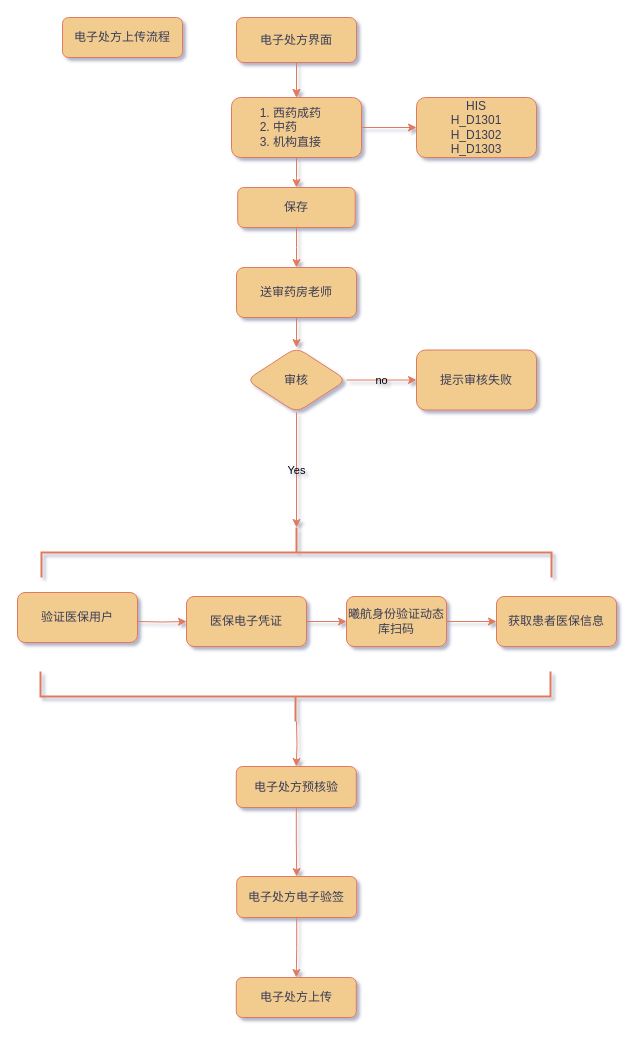
This is 未命名绘图.drawio from XLZF/Blog_Commit, a draw.io file, before an edit. Source tidied: cells renumbered, new cells numbered last; positions are measured from the earlier drawing's top-left corner, leaving out a move shared by most shapes. Both pictures are drawn from the tidied source at 100%, with x=0, y=0 at pixel (17, 17).
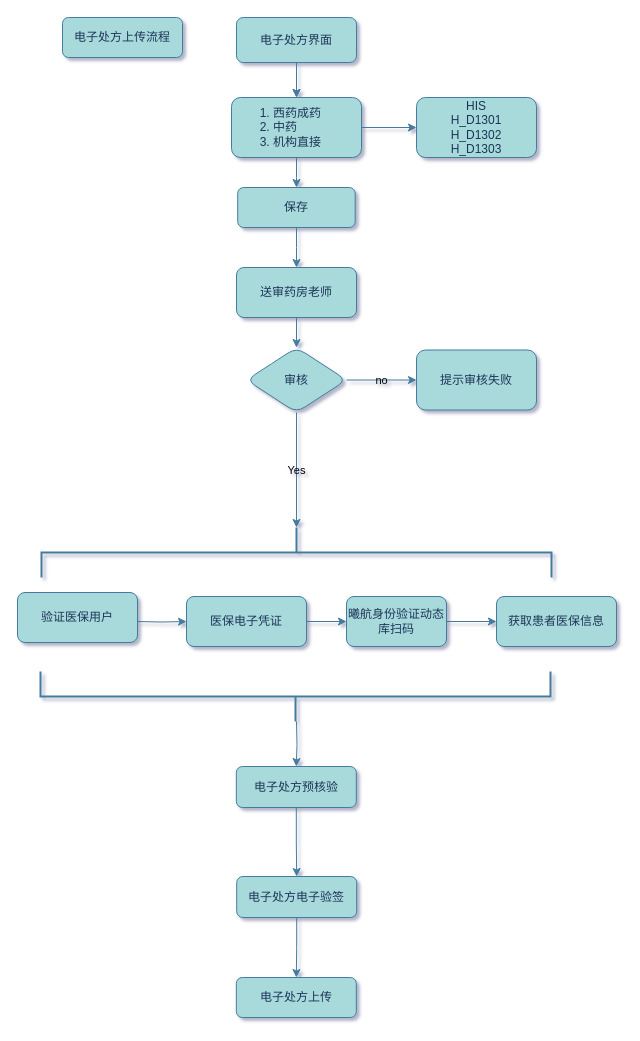
The same page after the edit.

Commit message:
上传电子处方

Change to the diagram source:
```diff
@@
-    <mxCell id="2" value="电子处方上传流程" style="rounded=1;whiteSpace=wrap;html=1;fontSize=12;glass=0;strokeWidth=1;shadow=0;labelBackgroundColor=none;fillColor=#F2CC8F;strokeColor=#E07A5F;fontColor=#393C56;" parent="1" vertex="1">
+    <mxCell id="2" value="电子处方上传流程" style="rounded=1;whiteSpace=wrap;html=1;fontSize=12;glass=0;strokeWidth=1;shadow=0;labelBackgroundColor=none;fillColor=#A8DADC;strokeColor=#457B9D;fontColor=#1D3557;" parent="1" vertex="1">
       <mxGeometry x="45" width="120" height="40" as="geometry" />
     </mxCell>
-    <mxCell id="3" style="edgeStyle=orthogonalEdgeStyle;rounded=0;jettySize=auto;html=1;labelBackgroundColor=none;strokeColor=#E07A5F;fontColor=default;" parent="1" edge="1" target="28">
+    <mxCell id="3" style="edgeStyle=orthogonalEdgeStyle;rounded=0;jettySize=auto;html=1;labelBackgroundColor=none;strokeColor=#457B9D;fontColor=default;" parent="1" edge="1" target="28">
       <mxGeometry relative="1" as="geometry">
         <mxPoint x="119" y="604" as="sourcePoint" />
       </mxGeometry>
     </mxCell>
-    <mxCell id="4" value="验证医保用户" style="rounded=1;whiteSpace=wrap;html=1;labelBackgroundColor=none;fillColor=#F2CC8F;strokeColor=#E07A5F;fontColor=#393C56;" parent="1" vertex="1">
+    <mxCell id="4" value="验证医保用户" style="rounded=1;whiteSpace=wrap;html=1;labelBackgroundColor=none;fillColor=#A8DADC;strokeColor=#457B9D;fontColor=#1D3557;" parent="1" vertex="1">
       <mxGeometry y="575" width="120" height="50" as="geometry" />
     </mxCell>
-    <mxCell id="5" style="edgeStyle=orthogonalEdgeStyle;rounded=0;jettySize=auto;html=1;labelBackgroundColor=none;strokeColor=#E07A5F;fontColor=default;" parent="1" edge="1" source="28" target="7">
+    <mxCell id="5" style="edgeStyle=orthogonalEdgeStyle;rounded=0;jettySize=auto;html=1;labelBackgroundColor=none;strokeColor=#457B9D;fontColor=default;" parent="1" edge="1" source="28" target="7">
       <mxGeometry relative="1" as="geometry" />
     </mxCell>
-    <mxCell id="6" style="edgeStyle=orthogonalEdgeStyle;rounded=0;jettySize=auto;html=1;labelBackgroundColor=none;strokeColor=#E07A5F;fontColor=default;" parent="1" edge="1" source="7" target="8">
+    <mxCell id="6" style="edgeStyle=orthogonalEdgeStyle;rounded=0;jettySize=auto;html=1;labelBackgroundColor=none;strokeColor=#457B9D;fontColor=default;" parent="1" edge="1" source="7" target="8">
       <mxGeometry relative="1" as="geometry" />
     </mxCell>
-    <mxCell id="7" value="曦航身份验证动态库扫码" style="whiteSpace=wrap;html=1;rounded=1;fillColor=#F2CC8F;strokeColor=#E07A5F;labelBackgroundColor=none;fontColor=#393C56;" parent="1" vertex="1">
+    <mxCell id="7" value="曦航身份验证动态库扫码" style="whiteSpace=wrap;html=1;rounded=1;fillColor=#A8DADC;strokeColor=#457B9D;labelBackgroundColor=none;fontColor=#1D3557;" parent="1" vertex="1">
       <mxGeometry x="329" y="579" width="100" height="50" as="geometry" />
     </mxCell>
-    <mxCell id="8" value="获取患者医保信息" style="whiteSpace=wrap;html=1;rounded=1;labelBackgroundColor=none;fillColor=#F2CC8F;strokeColor=#E07A5F;fontColor=#393C56;" parent="1" vertex="1">
+    <mxCell id="8" value="获取患者医保信息" style="whiteSpace=wrap;html=1;rounded=1;labelBackgroundColor=none;fillColor=#A8DADC;strokeColor=#457B9D;fontColor=#1D3557;" parent="1" vertex="1">
       <mxGeometry x="479" y="579" width="120" height="50" as="geometry" />
     </mxCell>
-    <mxCell id="9" style="edgeStyle=orthogonalEdgeStyle;rounded=0;jettySize=auto;html=1;labelBackgroundColor=none;strokeColor=#E07A5F;fontColor=default;" parent="1" edge="1" source="11" target="14">
+    <mxCell id="9" style="edgeStyle=orthogonalEdgeStyle;rounded=0;jettySize=auto;html=1;labelBackgroundColor=none;strokeColor=#457B9D;fontColor=default;" parent="1" edge="1" source="11" target="14">
       <mxGeometry relative="1" as="geometry" />
     </mxCell>
-    <mxCell id="10" style="edgeStyle=orthogonalEdgeStyle;rounded=0;jettySize=auto;html=1;labelBackgroundColor=none;strokeColor=#E07A5F;fontColor=default;" parent="1" edge="1" source="11" target="14">
+    <mxCell id="10" style="edgeStyle=orthogonalEdgeStyle;rounded=0;jettySize=auto;html=1;labelBackgroundColor=none;strokeColor=#457B9D;fontColor=default;" parent="1" edge="1" source="11" target="14">
       <mxGeometry relative="1" as="geometry" />
     </mxCell>
-    <mxCell id="11" value="电子处方界面" style="whiteSpace=wrap;html=1;rounded=1;glass=0;strokeWidth=1;shadow=0;labelBackgroundColor=none;fillColor=#F2CC8F;strokeColor=#E07A5F;fontColor=#393C56;" parent="1" vertex="1">
+    <mxCell id="11" value="电子处方界面" style="whiteSpace=wrap;html=1;rounded=1;glass=0;strokeWidth=1;shadow=0;labelBackgroundColor=none;fillColor=#A8DADC;strokeColor=#457B9D;fontColor=#1D3557;" parent="1" vertex="1">
       <mxGeometry x="219" width="120" height="45" as="geometry" />
     </mxCell>
-    <mxCell id="12" style="edgeStyle=orthogonalEdgeStyle;rounded=0;jettySize=auto;html=1;labelBackgroundColor=none;strokeColor=#E07A5F;fontColor=default;" parent="1" edge="1" source="14" target="16">
+    <mxCell id="12" style="edgeStyle=orthogonalEdgeStyle;rounded=0;jettySize=auto;html=1;labelBackgroundColor=none;strokeColor=#457B9D;fontColor=default;" parent="1" edge="1" source="14" target="16">
       <mxGeometry relative="1" as="geometry" />
     </mxCell>
-    <mxCell id="13" style="edgeStyle=orthogonalEdgeStyle;rounded=0;jettySize=auto;html=1;labelBackgroundColor=none;strokeColor=#E07A5F;fontColor=default;" parent="1" edge="1" source="14" target="19">
+    <mxCell id="13" style="edgeStyle=orthogonalEdgeStyle;rounded=0;jettySize=auto;html=1;labelBackgroundColor=none;strokeColor=#457B9D;fontColor=default;" parent="1" edge="1" source="14" target="19">
       <mxGeometry relative="1" as="geometry" />
     </mxCell>
-    <mxCell id="14" value="&lt;ol&gt;&lt;li&gt;西药成药&lt;/li&gt;&lt;li&gt;中药&lt;/li&gt;&lt;li style=&quot;&quot;&gt;机构直接&lt;/li&gt;&lt;/ol&gt;" style="whiteSpace=wrap;html=1;rounded=1;glass=0;strokeWidth=1;shadow=0;align=left;labelBackgroundColor=none;fillColor=#F2CC8F;strokeColor=#E07A5F;fontColor=#393C56;" parent="1" vertex="1">
+    <mxCell id="14" value="&lt;ol&gt;&lt;li&gt;西药成药&lt;/li&gt;&lt;li&gt;中药&lt;/li&gt;&lt;li style=&quot;&quot;&gt;机构直接&lt;/li&gt;&lt;/ol&gt;" style="whiteSpace=wrap;html=1;rounded=1;glass=0;strokeWidth=1;shadow=0;align=left;labelBackgroundColor=none;fillColor=#A8DADC;strokeColor=#457B9D;fontColor=#1D3557;" parent="1" vertex="1">
       <mxGeometry x="214" y="80" width="130" height="60" as="geometry" />
     </mxCell>
-    <mxCell id="15" style="edgeStyle=orthogonalEdgeStyle;rounded=0;jettySize=auto;html=1;labelBackgroundColor=none;strokeColor=#E07A5F;fontColor=default;" parent="1" edge="1" source="16" target="18">
+    <mxCell id="15" style="edgeStyle=orthogonalEdgeStyle;rounded=0;jettySize=auto;html=1;labelBackgroundColor=none;strokeColor=#457B9D;fontColor=default;" parent="1" edge="1" source="16" target="18">
       <mxGeometry relative="1" as="geometry" />
     </mxCell>
-    <mxCell id="16" value="保存" style="whiteSpace=wrap;html=1;align=center;rounded=1;glass=0;strokeWidth=1;shadow=0;labelBackgroundColor=none;fillColor=#F2CC8F;strokeColor=#E07A5F;fontColor=#393C56;" parent="1" vertex="1">
+    <mxCell id="16" value="保存" style="whiteSpace=wrap;html=1;align=center;rounded=1;glass=0;strokeWidth=1;shadow=0;labelBackgroundColor=none;fillColor=#A8DADC;strokeColor=#457B9D;fontColor=#1D3557;" parent="1" vertex="1">
       <mxGeometry x="220.2" y="170" width="117.5" height="40" as="geometry" />
     </mxCell>
-    <mxCell id="17" style="edgeStyle=orthogonalEdgeStyle;rounded=0;jettySize=auto;html=1;labelBackgroundColor=none;strokeColor=#E07A5F;fontColor=default;" parent="1" edge="1" source="18" target="22">
+    <mxCell id="17" style="edgeStyle=orthogonalEdgeStyle;rounded=0;jettySize=auto;html=1;labelBackgroundColor=none;strokeColor=#457B9D;fontColor=default;" parent="1" edge="1" source="18" target="22">
       <mxGeometry relative="1" as="geometry" />
     </mxCell>
-    <mxCell id="18" value="送审药房老师" style="whiteSpace=wrap;html=1;rounded=1;glass=0;strokeWidth=1;shadow=0;labelBackgroundColor=none;fillColor=#F2CC8F;strokeColor=#E07A5F;fontColor=#393C56;" parent="1" vertex="1">
+    <mxCell id="18" value="送审药房老师" style="whiteSpace=wrap;html=1;rounded=1;glass=0;strokeWidth=1;shadow=0;labelBackgroundColor=none;fillColor=#A8DADC;strokeColor=#457B9D;fontColor=#1D3557;" parent="1" vertex="1">
       <mxGeometry x="219" y="250" width="120" height="50" as="geometry" />
     </mxCell>
-    <mxCell id="19" value="HIS &lt;br&gt;H_D1301&lt;br&gt;H_D1302&lt;br&gt;H_D1303" style="whiteSpace=wrap;html=1;align=center;rounded=1;glass=0;strokeWidth=1;shadow=0;fillColor=#F2CC8F;strokeColor=#E07A5F;labelBackgroundColor=none;fontColor=#393C56;" parent="1" vertex="1">
+    <mxCell id="19" value="HIS &lt;br&gt;H_D1301&lt;br&gt;H_D1302&lt;br&gt;H_D1303" style="whiteSpace=wrap;html=1;align=center;rounded=1;glass=0;strokeWidth=1;shadow=0;fillColor=#A8DADC;strokeColor=#457B9D;labelBackgroundColor=none;fontColor=#1D3557;" parent="1" vertex="1">
       <mxGeometry x="399" y="80" width="120" height="60" as="geometry" />
     </mxCell>
-    <mxCell id="20" value="no" style="edgeStyle=orthogonalEdgeStyle;rounded=0;jettySize=auto;html=1;strokeColor=#E07A5F;fontColor=default;fillColor=#F2CC8F;entryX=0;entryY=0.5;entryDx=0;entryDy=0;labelBackgroundColor=none;" parent="1" edge="1" source="22" target="27">
+    <mxCell id="20" value="no" style="edgeStyle=orthogonalEdgeStyle;rounded=0;jettySize=auto;html=1;strokeColor=#457B9D;fontColor=default;fillColor=#A8DADC;entryX=0;entryY=0.5;entryDx=0;entryDy=0;labelBackgroundColor=none;" parent="1" edge="1" source="22" target="27">
       <mxGeometry relative="1" as="geometry" />
     </mxCell>
-    <mxCell id="21" value="Yes" style="edgeStyle=orthogonalEdgeStyle;rounded=0;jettySize=auto;html=1;exitX=0.5;exitY=1;exitDx=0;exitDy=0;entryX=0;entryY=0.5;entryDx=0;entryDy=0;entryPerimeter=0;strokeColor=#E07A5F;fontColor=default;fillColor=#F2CC8F;labelBackgroundColor=none;" parent="1" edge="1" source="22" target="29">
+    <mxCell id="21" value="Yes" style="edgeStyle=orthogonalEdgeStyle;rounded=0;jettySize=auto;html=1;exitX=0.5;exitY=1;exitDx=0;exitDy=0;entryX=0;entryY=0.5;entryDx=0;entryDy=0;entryPerimeter=0;strokeColor=#457B9D;fontColor=default;fillColor=#A8DADC;labelBackgroundColor=none;" parent="1" edge="1" source="22" target="29">
       <mxGeometry relative="1" as="geometry" />
     </mxCell>
-    <mxCell id="22" value="审核" style="rhombus;whiteSpace=wrap;html=1;rounded=1;glass=0;strokeWidth=1;shadow=0;labelBackgroundColor=none;fillColor=#F2CC8F;strokeColor=#E07A5F;fontColor=#393C56;" parent="1" vertex="1">
+    <mxCell id="22" value="审核" style="rhombus;whiteSpace=wrap;html=1;rounded=1;glass=0;strokeWidth=1;shadow=0;labelBackgroundColor=none;fillColor=#A8DADC;strokeColor=#457B9D;fontColor=#1D3557;" parent="1" vertex="1">
       <mxGeometry x="229" y="330" width="100" height="65" as="geometry" />
     </mxCell>
-    <mxCell id="23" style="edgeStyle=orthogonalEdgeStyle;rounded=0;jettySize=auto;html=1;labelBackgroundColor=none;strokeColor=#E07A5F;fontColor=default;" parent="1" edge="1" source="24" target="26">
+    <mxCell id="23" style="edgeStyle=orthogonalEdgeStyle;rounded=0;jettySize=auto;html=1;labelBackgroundColor=none;strokeColor=#457B9D;fontColor=default;" parent="1" edge="1" source="24" target="26">
       <mxGeometry relative="1" as="geometry" />
     </mxCell>
-    <mxCell id="24" value="电子处方预核验" style="whiteSpace=wrap;html=1;rounded=1;glass=0;strokeWidth=1;shadow=0;labelBackgroundColor=none;fillColor=#F2CC8F;strokeColor=#E07A5F;fontColor=#393C56;" parent="1" vertex="1">
+    <mxCell id="24" value="电子处方预核验" style="whiteSpace=wrap;html=1;rounded=1;glass=0;strokeWidth=1;shadow=0;labelBackgroundColor=none;fillColor=#A8DADC;strokeColor=#457B9D;fontColor=#1D3557;" parent="1" vertex="1">
       <mxGeometry x="218.8" y="749" width="120" height="41" as="geometry" />
     </mxCell>
-    <mxCell id="25" style="edgeStyle=orthogonalEdgeStyle;rounded=0;jettySize=auto;html=1;strokeColor=#E07A5F;fontColor=default;fillColor=#F2CC8F;labelBackgroundColor=none;" parent="1" edge="1" source="26" target="32">
+    <mxCell id="25" style="edgeStyle=orthogonalEdgeStyle;rounded=0;jettySize=auto;html=1;strokeColor=#457B9D;fontColor=default;fillColor=#A8DADC;labelBackgroundColor=none;" parent="1" edge="1" source="26" target="32">
       <mxGeometry relative="1" as="geometry" />
     </mxCell>
-    <mxCell id="26" value="电子处方电子验签" style="whiteSpace=wrap;html=1;rounded=1;glass=0;strokeWidth=1;shadow=0;labelBackgroundColor=none;fillColor=#F2CC8F;strokeColor=#E07A5F;fontColor=#393C56;" parent="1" vertex="1">
+    <mxCell id="26" value="电子处方电子验签" style="whiteSpace=wrap;html=1;rounded=1;glass=0;strokeWidth=1;shadow=0;labelBackgroundColor=none;fillColor=#A8DADC;strokeColor=#457B9D;fontColor=#1D3557;" parent="1" vertex="1">
       <mxGeometry x="219.2" y="859" width="120" height="41" as="geometry" />
     </mxCell>
-    <mxCell id="27" value="提示审核失败" style="rounded=1;whiteSpace=wrap;html=1;strokeColor=#E07A5F;fontColor=#393C56;fillColor=#F2CC8F;labelBackgroundColor=none;" parent="1" vertex="1">
+    <mxCell id="27" value="提示审核失败" style="rounded=1;whiteSpace=wrap;html=1;strokeColor=#457B9D;fontColor=#1D3557;fillColor=#A8DADC;labelBackgroundColor=none;" parent="1" vertex="1">
       <mxGeometry x="399" y="332.5" width="120" height="60" as="geometry" />
     </mxCell>
-    <mxCell id="28" value="医保电子凭证" style="whiteSpace=wrap;html=1;rounded=1;labelBackgroundColor=none;fillColor=#F2CC8F;strokeColor=#E07A5F;fontColor=#393C56;" parent="1" vertex="1">
+    <mxCell id="28" value="医保电子凭证" style="whiteSpace=wrap;html=1;rounded=1;labelBackgroundColor=none;fillColor=#A8DADC;strokeColor=#457B9D;fontColor=#1D3557;" parent="1" vertex="1">
       <mxGeometry x="169" y="579" width="120" height="50" as="geometry" />
     </mxCell>
-    <mxCell id="29" style="strokeWidth=2;html=1;shape=mxgraph.flowchart.annotation_2;align=left;labelPosition=right;strokeColor=#E07A5F;fontColor=#393C56;fillColor=#F2CC8F;rotation=90;labelBackgroundColor=none;" parent="1" vertex="1">
+    <mxCell id="29" style="strokeWidth=2;html=1;shape=mxgraph.flowchart.annotation_2;align=left;labelPosition=right;strokeColor=#457B9D;fontColor=#1D3557;fillColor=#A8DADC;rotation=90;labelBackgroundColor=none;" parent="1" vertex="1">
       <mxGeometry x="254" y="280" width="50" height="510" as="geometry" />
     </mxCell>
-    <mxCell id="30" style="edgeStyle=orthogonalEdgeStyle;rounded=0;jettySize=auto;html=1;exitX=0;exitY=0.5;exitDx=0;exitDy=0;exitPerimeter=0;entryX=0.5;entryY=0;entryDx=0;entryDy=0;strokeColor=#E07A5F;fontColor=default;fillColor=#F2CC8F;labelBackgroundColor=none;" parent="1" edge="1" target="24">
+    <mxCell id="30" style="edgeStyle=orthogonalEdgeStyle;rounded=0;jettySize=auto;html=1;exitX=0;exitY=0.5;exitDx=0;exitDy=0;exitPerimeter=0;entryX=0.5;entryY=0;entryDx=0;entryDy=0;strokeColor=#457B9D;fontColor=default;fillColor=#A8DADC;labelBackgroundColor=none;" parent="1" edge="1" target="24">
       <mxGeometry relative="1" as="geometry">
         <mxPoint x="279" y="704" as="sourcePoint" />
       </mxGeometry>
     </mxCell>
-    <mxCell id="31" style="strokeWidth=2;html=1;shape=mxgraph.flowchart.annotation_2;align=left;labelPosition=right;strokeColor=#E07A5F;fontColor=#393C56;fillColor=#F2CC8F;rotation=-90;labelBackgroundColor=none;" parent="1" vertex="1">
+    <mxCell id="31" style="strokeWidth=2;html=1;shape=mxgraph.flowchart.annotation_2;align=left;labelPosition=right;strokeColor=#457B9D;fontColor=#1D3557;fillColor=#A8DADC;rotation=-90;labelBackgroundColor=none;" parent="1" vertex="1">
       <mxGeometry x="253" y="424" width="50" height="510" as="geometry" />
     </mxCell>
-    <mxCell id="32" value="电子处方上传" style="whiteSpace=wrap;html=1;fillColor=#F2CC8F;strokeColor=#E07A5F;fontColor=#393C56;rounded=1;glass=0;strokeWidth=1;shadow=0;labelBackgroundColor=none;" parent="1" vertex="1">
+    <mxCell id="32" value="电子处方上传" style="whiteSpace=wrap;html=1;fillColor=#A8DADC;strokeColor=#457B9D;fontColor=#1D3557;rounded=1;glass=0;strokeWidth=1;shadow=0;labelBackgroundColor=none;" parent="1" vertex="1">
       <mxGeometry x="218.8" y="960" width="120" height="40" as="geometry" />
     </mxCell>
```
